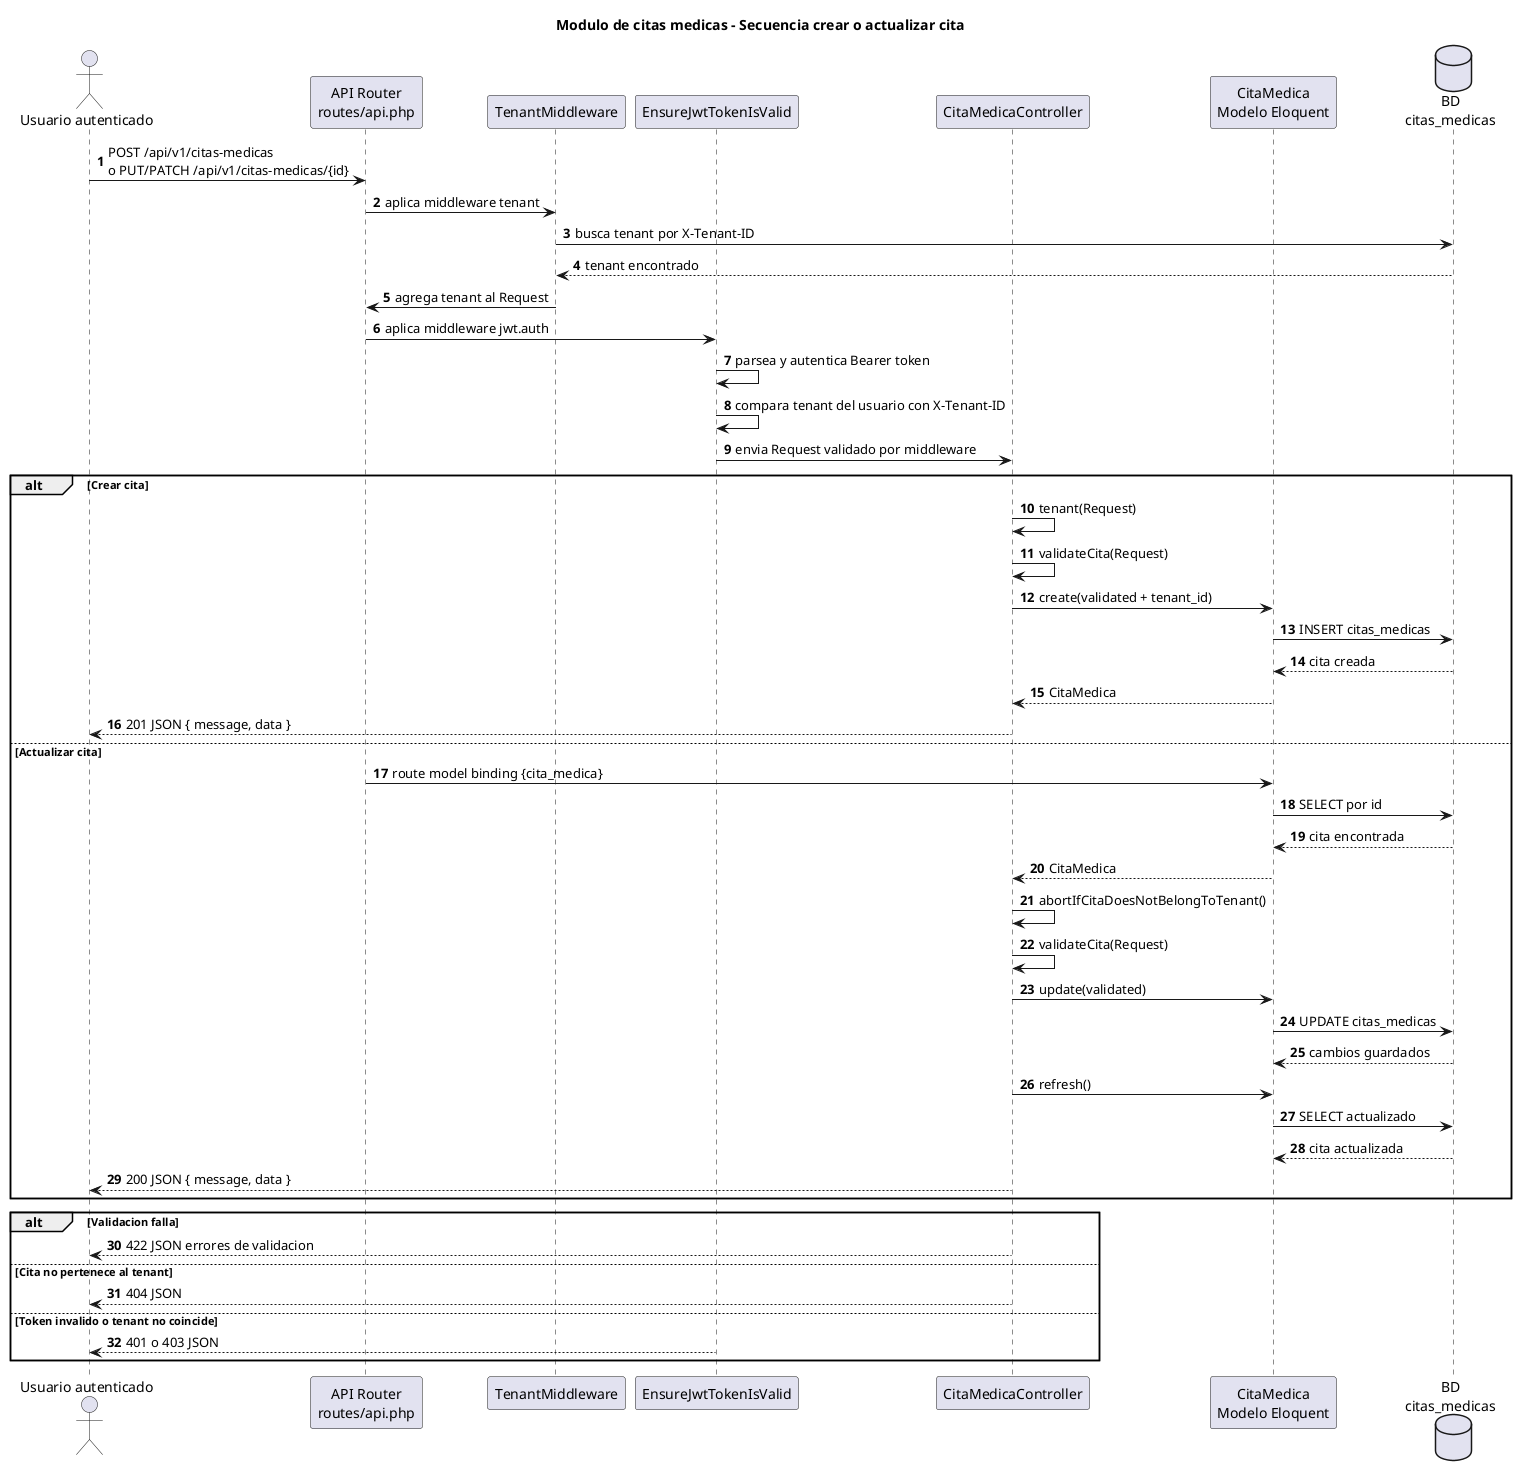
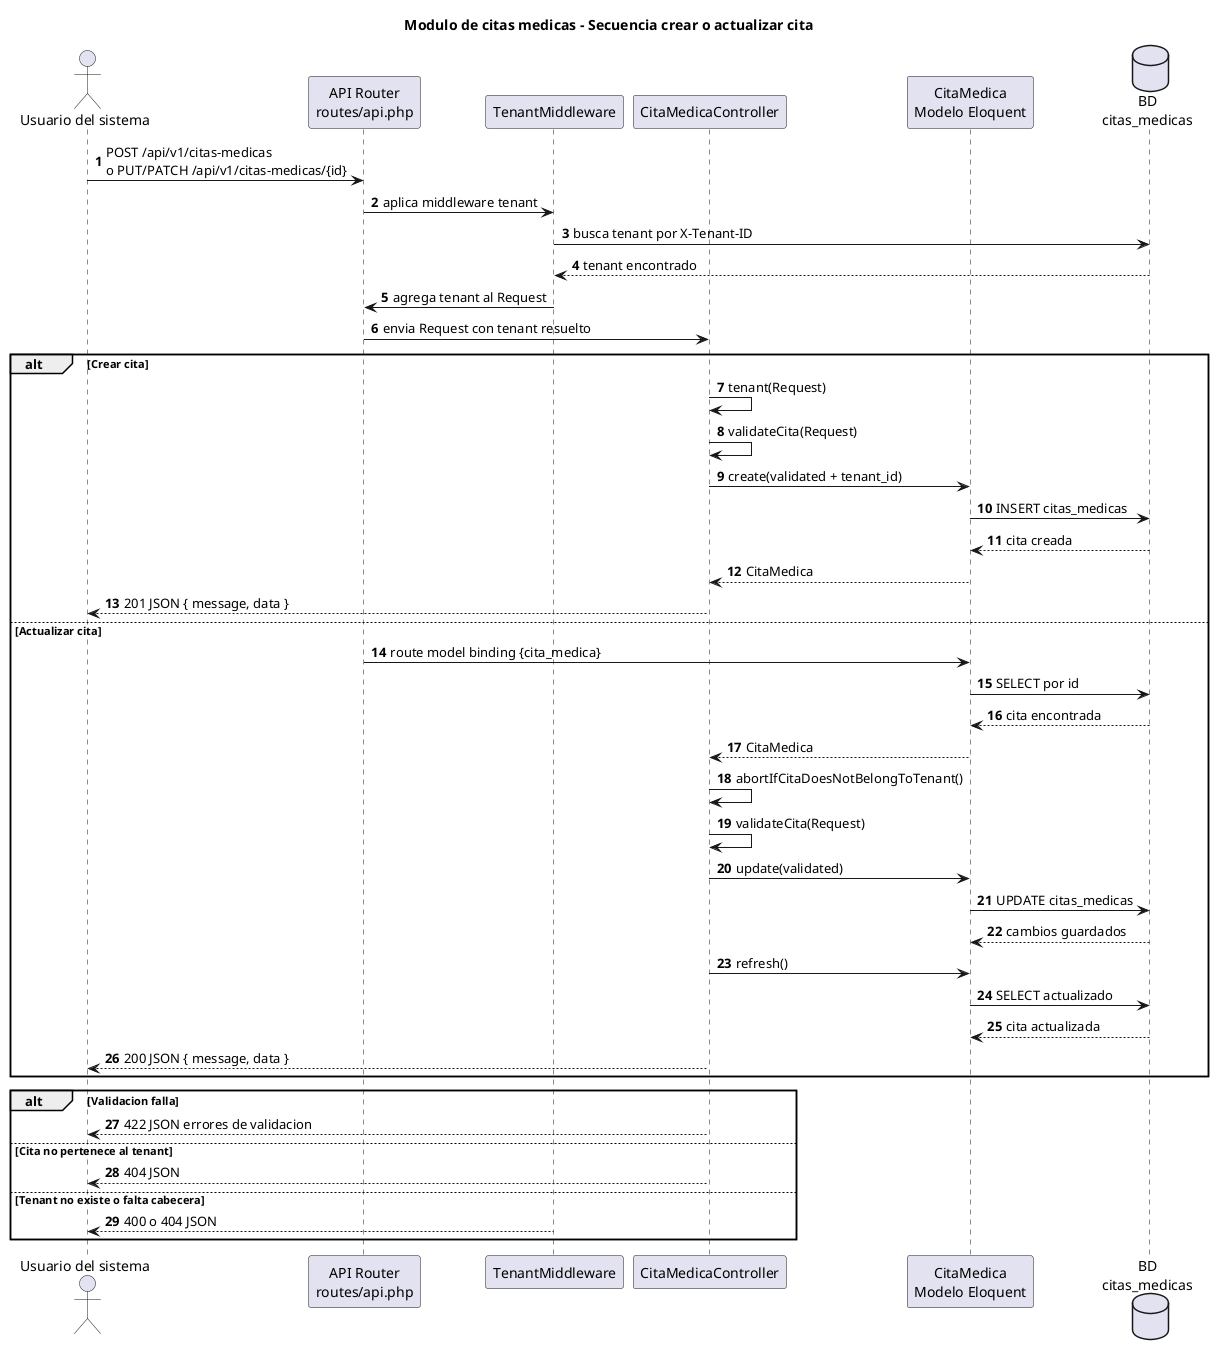
@startuml
title Modulo de citas medicas - Secuencia crear o actualizar cita
autonumber

- actor "Usuario autenticado" as Usuario
+ actor "Usuario del sistema" as Usuario
participant "API Router\nroutes/api.php" as Router
participant "TenantMiddleware" as TenantMiddleware
- participant "EnsureJwtTokenIsValid" as JwtMiddleware
participant "CitaMedicaController" as Controller
participant "CitaMedica\nModelo Eloquent" as CitaMedica
database "BD\ncitas_medicas" as DB

Usuario -> Router : POST /api/v1/citas-medicas\no PUT/PATCH /api/v1/citas-medicas/{id}
Router -> TenantMiddleware : aplica middleware tenant
TenantMiddleware -> DB : busca tenant por X-Tenant-ID
DB --> TenantMiddleware : tenant encontrado
TenantMiddleware -> Router : agrega tenant al Request
- Router -> JwtMiddleware : aplica middleware jwt.auth
- JwtMiddleware -> JwtMiddleware : parsea y autentica Bearer token
- JwtMiddleware -> JwtMiddleware : compara tenant del usuario con X-Tenant-ID
- JwtMiddleware -> Controller : envia Request validado por middleware
+ Router -> Controller : envia Request con tenant resuelto

alt Crear cita
  Controller -> Controller : tenant(Request)
  Controller -> Controller : validateCita(Request)
  Controller -> CitaMedica : create(validated + tenant_id)
  CitaMedica -> DB : INSERT citas_medicas
  DB --> CitaMedica : cita creada
  CitaMedica --> Controller : CitaMedica
  Controller --> Usuario : 201 JSON { message, data }
else Actualizar cita
  Router -> CitaMedica : route model binding {cita_medica}
  CitaMedica -> DB : SELECT por id
  DB --> CitaMedica : cita encontrada
  CitaMedica --> Controller : CitaMedica
  Controller -> Controller : abortIfCitaDoesNotBelongToTenant()
  Controller -> Controller : validateCita(Request)
  Controller -> CitaMedica : update(validated)
  CitaMedica -> DB : UPDATE citas_medicas
  DB --> CitaMedica : cambios guardados
  Controller -> CitaMedica : refresh()
  CitaMedica -> DB : SELECT actualizado
  DB --> CitaMedica : cita actualizada
  Controller --> Usuario : 200 JSON { message, data }
end

alt Validacion falla
  Controller --> Usuario : 422 JSON errores de validacion
else Cita no pertenece al tenant
  Controller --> Usuario : 404 JSON
- else Token invalido o tenant no coincide
-   JwtMiddleware --> Usuario : 401 o 403 JSON
+ else Tenant no existe o falta cabecera
+   TenantMiddleware --> Usuario : 400 o 404 JSON
end

@enduml
